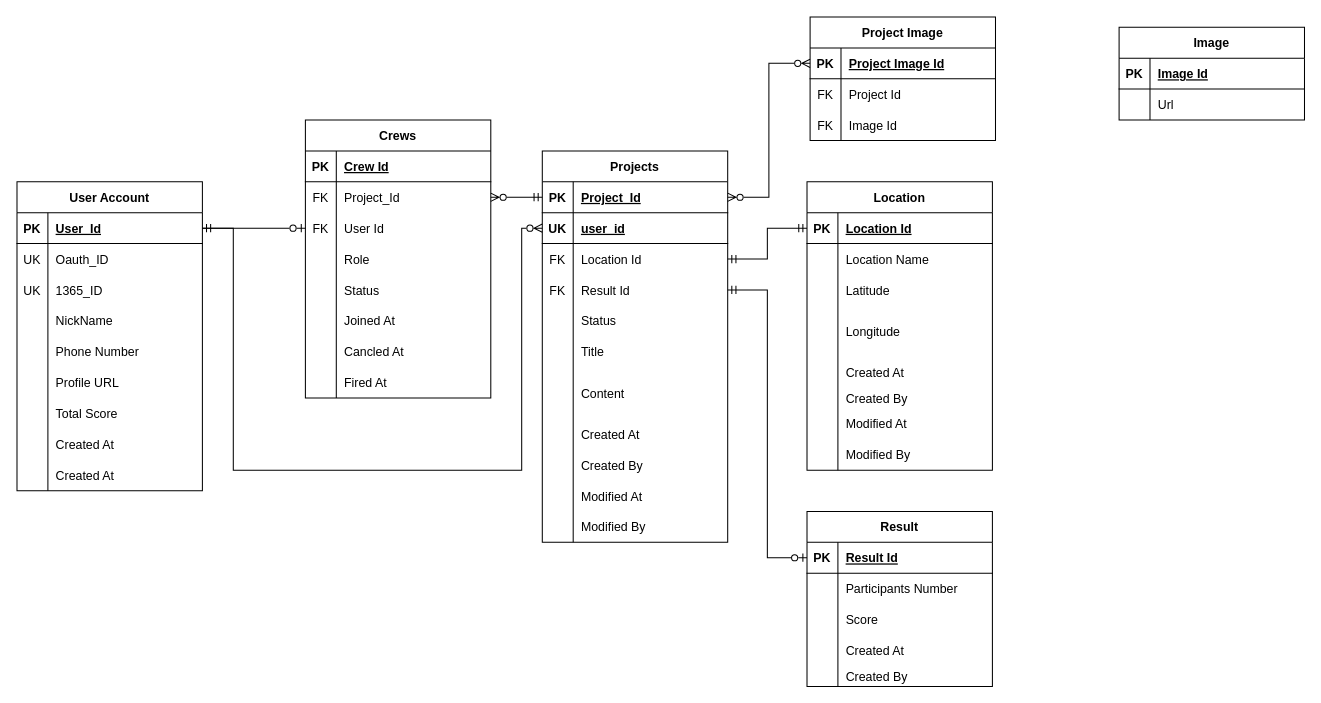
The draw.io diagram document/ERD.drawio in dev1week/Flogging, before the edit. Source tidied: cells renumbered, new cells numbered last; positions are measured from the earlier drawing's top-left corner, leaving out a move shared by most shapes. Both pictures are drawn from the tidied source at 103%, with x=0, y=0 at pixel (16, 16).
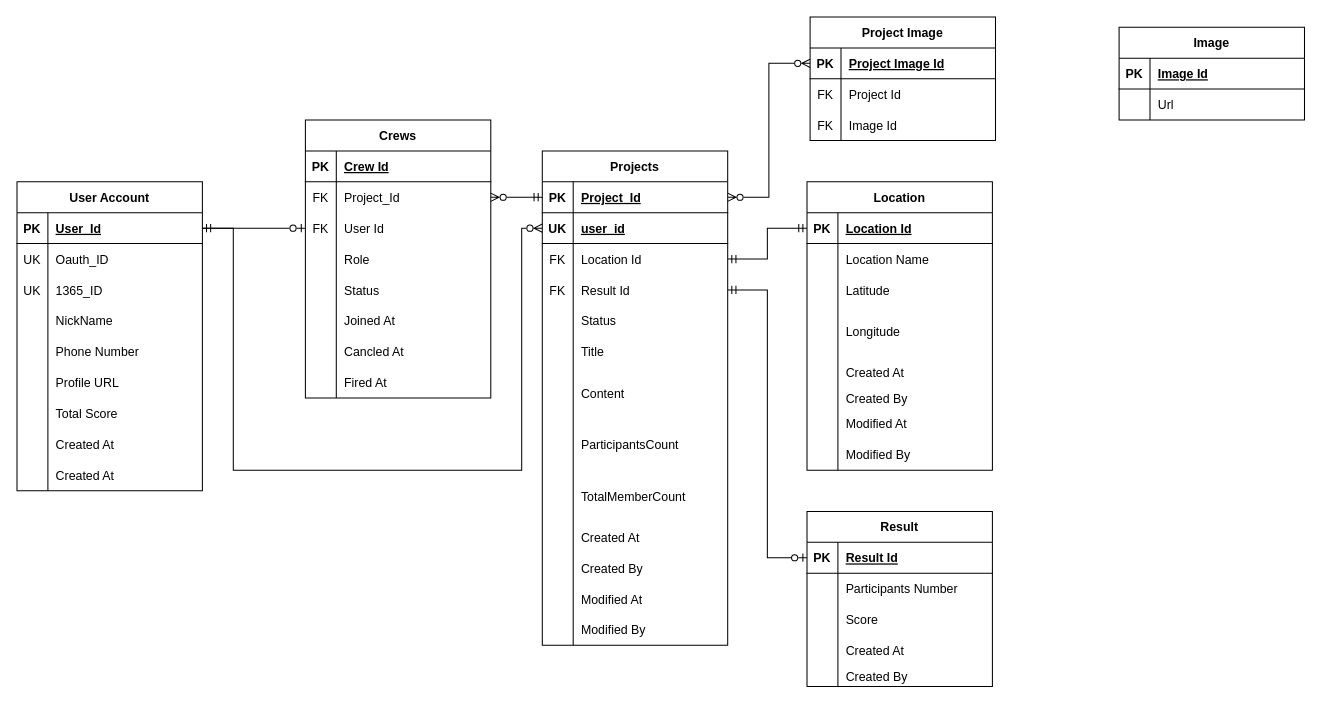
After the change.

Commit message:
#0 erd 업데이트

The edit, as a diff of the source:
```diff
@@
     <mxCell id="30" value="Projects" style="shape=table;startSize=30;childLayout=tableLayout;rowLines=0;fontStyle=1;align=center;" parent="1" vertex="1">
-      <mxGeometry x="510" y="130" width="180" height="380" as="geometry" />
+      <mxGeometry x="510" y="130" width="180" height="480" as="geometry" />
     </mxCell>
@@
+    <mxCell id="153" style="shape=tableRow;horizontal=0;startSize=0;swimlaneHead=0;swimlaneBody=0;fillColor=none;top=0;left=0;right=0;bottom=0;" parent="30" vertex="1">
+      <mxGeometry y="260" width="180" height="50" as="geometry" />
+    </mxCell>
+    <mxCell id="154" value="        " style="shape=partialRectangle;fillColor=none;top=0;left=0;bottom=0;right=0;overflow=hidden;" parent="153" vertex="1">
+      <mxGeometry width="30" height="50" as="geometry" />
+    </mxCell>
+    <mxCell id="155" value="ParticipantsCount" style="shape=partialRectangle;fillColor=none;top=0;left=0;bottom=0;right=0;align=left;spacingLeft=6;overflow=hidden;" parent="153" vertex="1">
+      <mxGeometry x="30" width="150" height="50" as="geometry" />
+    </mxCell>
+    <mxCell id="156" style="shape=tableRow;horizontal=0;startSize=0;swimlaneHead=0;swimlaneBody=0;fillColor=none;top=0;left=0;right=0;bottom=0;" parent="30" vertex="1">
+      <mxGeometry y="310" width="180" height="50" as="geometry" />
+    </mxCell>
+    <mxCell id="157" value="        " style="shape=partialRectangle;fillColor=none;top=0;left=0;bottom=0;right=0;overflow=hidden;" parent="156" vertex="1">
+      <mxGeometry width="30" height="50" as="geometry" />
+    </mxCell>
+    <mxCell id="158" value="TotalMemberCount" style="shape=partialRectangle;fillColor=none;top=0;left=0;bottom=0;right=0;align=left;spacingLeft=6;overflow=hidden;" parent="156" vertex="1">
+      <mxGeometry x="30" width="150" height="50" as="geometry" />
+    </mxCell>
     <mxCell id="52" style="shape=tableRow;horizontal=0;startSize=0;swimlaneHead=0;swimlaneBody=0;fillColor=none;top=0;left=0;right=0;bottom=0;" parent="30" vertex="1">
-      <mxGeometry y="260" width="180" height="30" as="geometry" />
+      <mxGeometry y="360" width="180" height="30" as="geometry" />
     </mxCell>
@@
     <mxCell id="55" style="shape=tableRow;horizontal=0;startSize=0;swimlaneHead=0;swimlaneBody=0;fillColor=none;top=0;left=0;right=0;bottom=0;" parent="30" vertex="1">
-      <mxGeometry y="290" width="180" height="30" as="geometry" />
+      <mxGeometry y="390" width="180" height="30" as="geometry" />
     </mxCell>
@@
     <mxCell id="58" style="shape=tableRow;horizontal=0;startSize=0;swimlaneHead=0;swimlaneBody=0;fillColor=none;top=0;left=0;right=0;bottom=0;" parent="30" vertex="1">
-      <mxGeometry y="320" width="180" height="30" as="geometry" />
+      <mxGeometry y="420" width="180" height="30" as="geometry" />
     </mxCell>
@@
     <mxCell id="61" style="shape=tableRow;horizontal=0;startSize=0;swimlaneHead=0;swimlaneBody=0;fillColor=none;top=0;left=0;right=0;bottom=0;" parent="30" vertex="1">
-      <mxGeometry y="350" width="180" height="30" as="geometry" />
+      <mxGeometry y="450" width="180" height="30" as="geometry" />
     </mxCell>
```
